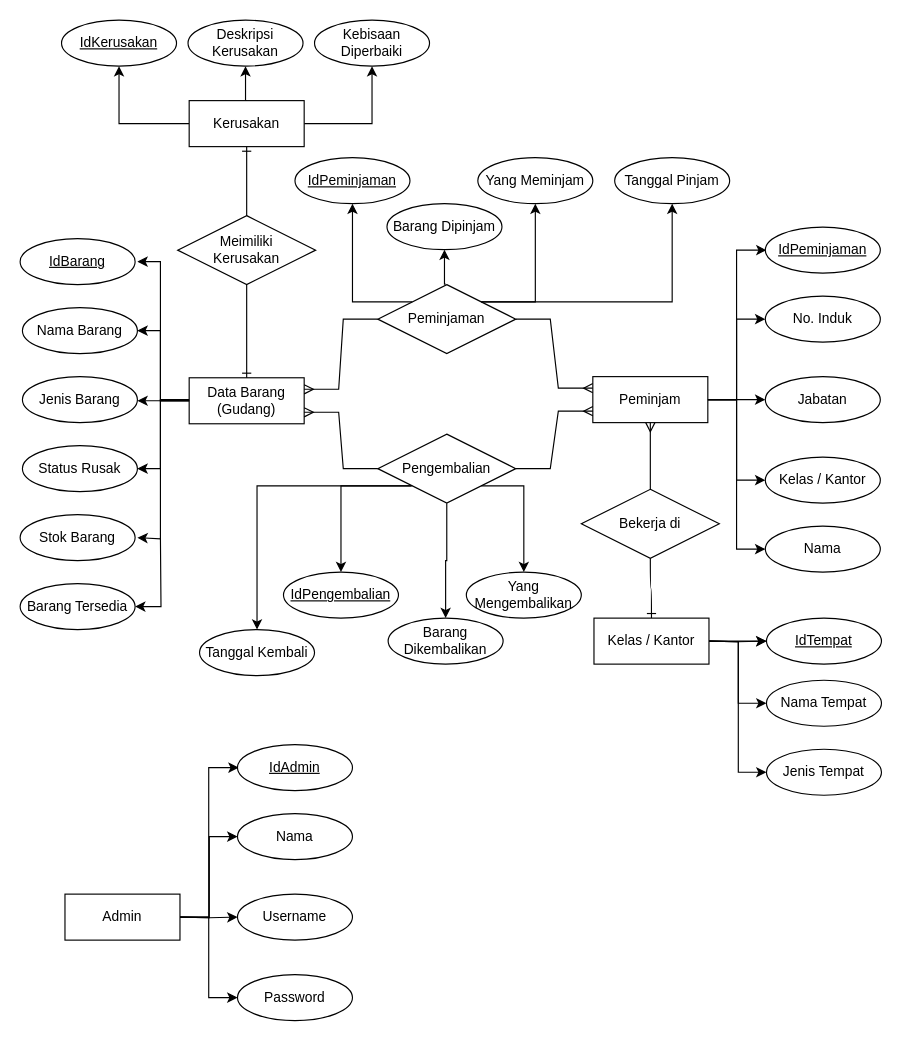
The draw.io diagram .drawio in Sacrit38/CPP-Ponggame, before the edit. Source tidied: cells renumbered, new cells numbered last; positions are measured from the earlier drawing's top-left corner, leaving out a move shared by most shapes. Both pictures are drawn from the tidied source at 115%, with x=0, y=0 at pixel (20, 20).
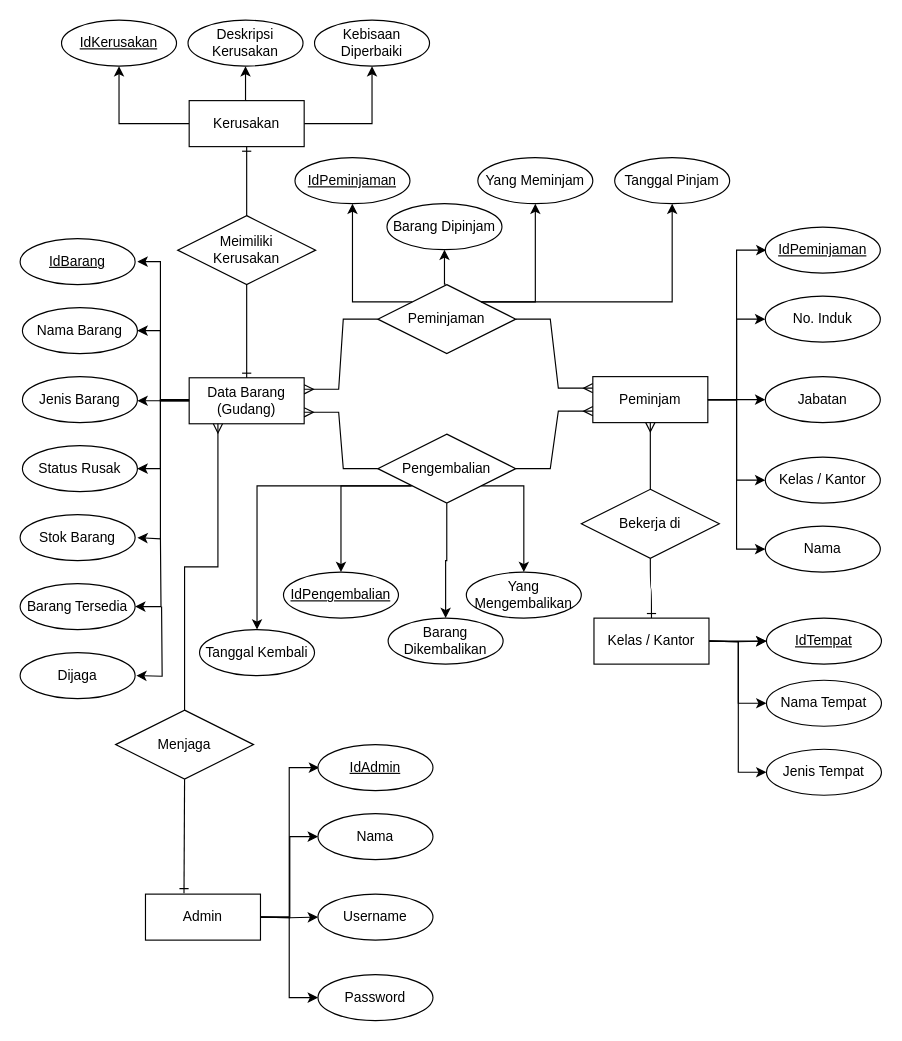
The same page after the edit.

The change refers to these unchanged cells:
```xml
<mxCell id="15" value="Data Barang (Gudang)" style="whiteSpace=wrap;html=1;align=center;" parent="1" vertex="1">
  <mxGeometry x="147" y="311" width="100" height="40" as="geometry" />
</mxCell>
```

The edit, as a diff of the source:
```diff
@@
     <mxCell id="11" value="Admin" style="whiteSpace=wrap;html=1;align=center;" parent="1" vertex="1">
-      <mxGeometry x="39" y="760" width="100" height="40" as="geometry" />
+      <mxGeometry x="109" y="760" width="100" height="40" as="geometry" />
     </mxCell>
@@
     <mxCell id="22" style="edgeStyle=orthogonalEdgeStyle;rounded=0;jettySize=auto;html=1;exitX=1;exitY=0.5;exitDx=0;exitDy=0;entryX=0;entryY=0.5;entryDx=0;entryDy=0;" parent="1" edge="1" target="28">
       <mxGeometry relative="1" as="geometry">
-        <mxPoint x="139" y="780" as="sourcePoint" />
+        <mxPoint x="209" y="780" as="sourcePoint" />
         <Array as="points">
-          <mxPoint x="164" y="780" />
-          <mxPoint x="164" y="850" />
+          <mxPoint x="234" y="780" />
+          <mxPoint x="234" y="850" />
         </Array>
       </mxGeometry>
     </mxCell>
     <mxCell id="23" style="edgeStyle=orthogonalEdgeStyle;rounded=0;jettySize=auto;html=1;entryX=0;entryY=0.5;entryDx=0;entryDy=0;" parent="1" edge="1" target="27">
       <mxGeometry relative="1" as="geometry">
-        <mxPoint x="139" y="780" as="sourcePoint" />
+        <mxPoint x="209" y="780" as="sourcePoint" />
       </mxGeometry>
     </mxCell>
     <mxCell id="24" style="edgeStyle=orthogonalEdgeStyle;rounded=0;jettySize=auto;html=1;entryX=0;entryY=0.5;entryDx=0;entryDy=0;" parent="1" edge="1" target="26">
       <mxGeometry relative="1" as="geometry">
-        <mxPoint x="139" y="780" as="sourcePoint" />
+        <mxPoint x="209" y="780" as="sourcePoint" />
       </mxGeometry>
     </mxCell>
     <mxCell id="25" style="edgeStyle=orthogonalEdgeStyle;rounded=0;orthogonalLoop=1;jettySize=auto;html=1;exitX=1;exitY=0.5;exitDx=0;exitDy=0;entryX=0;entryY=0.5;entryDx=0;entryDy=0;" parent="1" edge="1">
       <mxGeometry relative="1" as="geometry">
-        <mxPoint x="139" y="780" as="sourcePoint" />
-        <mxPoint x="190" y="650" as="targetPoint" />
+        <mxPoint x="209" y="780" as="sourcePoint" />
+        <mxPoint x="260" y="650" as="targetPoint" />
         <Array as="points">
-          <mxPoint x="164" y="780" />
-          <mxPoint x="164" y="650" />
+          <mxPoint x="234" y="780" />
+          <mxPoint x="234" y="650" />
         </Array>
       </mxGeometry>
     </mxCell>
     <mxCell id="26" value="Nama" style="ellipse;whiteSpace=wrap;html=1;align=center;" parent="1" vertex="1">
-      <mxGeometry x="189" y="690" width="100" height="40" as="geometry" />
+      <mxGeometry x="259" y="690" width="100" height="40" as="geometry" />
     </mxCell>
     <mxCell id="27" value="Username" style="ellipse;whiteSpace=wrap;html=1;align=center;" parent="1" vertex="1">
-      <mxGeometry x="189" y="760" width="100" height="40" as="geometry" />
+      <mxGeometry x="259" y="760" width="100" height="40" as="geometry" />
     </mxCell>
     <mxCell id="28" value="Password" style="ellipse;whiteSpace=wrap;html=1;align=center;" parent="1" vertex="1">
-      <mxGeometry x="189" y="830" width="100" height="40" as="geometry" />
+      <mxGeometry x="259" y="830" width="100" height="40" as="geometry" />
     </mxCell>
     <mxCell id="29" value="IdAdmin" style="ellipse;whiteSpace=wrap;html=1;align=center;fontStyle=4;" parent="1" vertex="1">
-      <mxGeometry x="189" y="630" width="100" height="40" as="geometry" />
+      <mxGeometry x="259" y="630" width="100" height="40" as="geometry" />
     </mxCell>
@@
+    <mxCell id="78" value="Menjaga" style="shape=rhombus;perimeter=rhombusPerimeter;whiteSpace=wrap;html=1;align=center;" parent="1" vertex="1">
+      <mxGeometry x="83" y="600" width="120" height="60" as="geometry" />
+    </mxCell>
+    <mxCell id="79" style="edgeStyle=orthogonalEdgeStyle;rounded=0;jettySize=auto;html=1;entryX=0.5;entryY=0;entryDx=0;entryDy=0;endArrow=none;endFill=0;startArrow=ERmany;startFill=0;exitX=0.25;exitY=1;exitDx=0;exitDy=0;" parent="1" edge="1" source="15" target="78">
+      <mxGeometry relative="1" as="geometry" />
+    </mxCell>
+    <mxCell id="80" style="rounded=0;jettySize=auto;html=1;exitX=0.5;exitY=1;exitDx=0;exitDy=0;entryX=0.335;entryY=-0.045;entryDx=0;entryDy=0;entryPerimeter=0;endArrow=ERone;endFill=0;" parent="1" edge="1" source="78">
+      <mxGeometry relative="1" as="geometry">
+        <mxPoint x="142.5" y="759.2" as="targetPoint" />
+      </mxGeometry>
+    </mxCell>
+    <mxCell id="81" style="edgeStyle=orthogonalEdgeStyle;rounded=0;orthogonalLoop=1;jettySize=auto;html=1;exitX=1;exitY=0.5;exitDx=0;exitDy=0;startArrow=classic;startFill=1;endArrow=none;endFill=0;" parent="1" edge="1">
+      <mxGeometry relative="1" as="geometry">
+        <mxPoint x="101" y="570" as="sourcePoint" />
+        <mxPoint x="123" y="510" as="targetPoint" />
+      </mxGeometry>
+    </mxCell>
+    <mxCell id="82" value="Dijaga" style="ellipse;whiteSpace=wrap;html=1;align=center;" parent="1" vertex="1">
+      <mxGeometry y="550" width="100" height="40" as="geometry" />
+    </mxCell>
```
